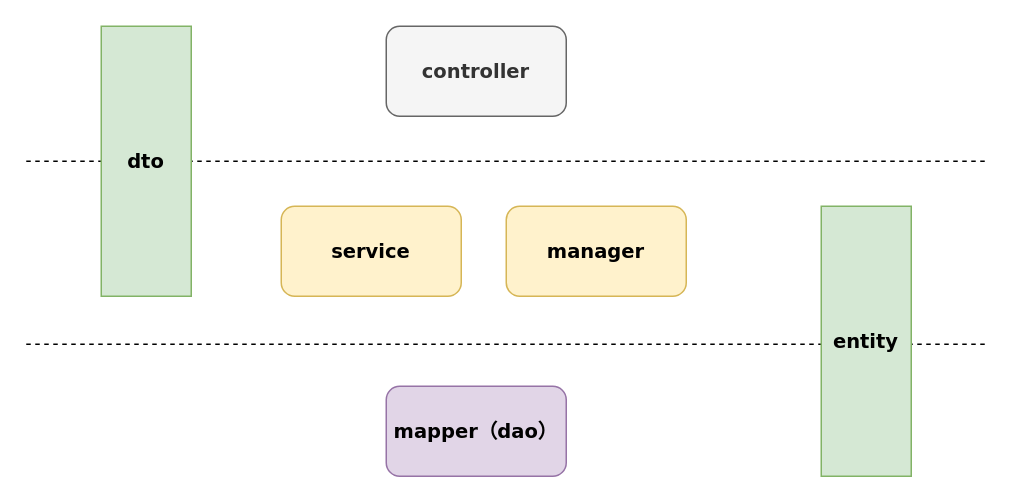
The draw.io diagram root/Untitled Diagram.drawio in yzzh9/yzzh9, before the edit. Source tidied: cells renumbered, new cells numbered last; positions are measured from the earlier drawing's top-left corner, leaving out a move shared by most shapes. Both pictures are drawn from the tidied source at 150%, with x=0, y=0 at pixel (26, 26).
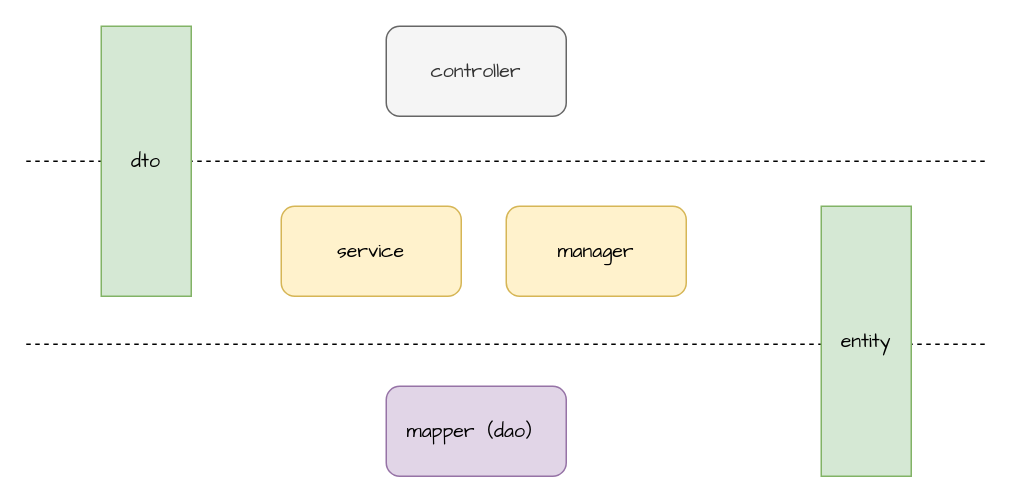
After the change.

Diff of the diagram source:
```diff
@@
 <mxGraphModel>
   <root>
     <mxCell id="0" />
     <mxCell id="1" parent="0" />
-    <mxCell id="2" value="controller" style="rounded=1;whiteSpace=wrap;html=1;fillColor=#f5f5f5;strokeColor=#666666;fontColor=#333333;fontFamily=Verdana;fontSize=13;fontStyle=1;" parent="1" vertex="1">
+    <mxCell id="2" value="controller" style="rounded=1;whiteSpace=wrap;html=1;fillColor=#f5f5f5;strokeColor=#666666;fontColor=#333333;fontFamily=Comic Sans MS;fontSize=13;" parent="1" vertex="1">
       <mxGeometry x="240" width="120" height="60" as="geometry" />
     </mxCell>
-    <mxCell id="3" style="endArrow=none;html=1;dashed=1;fontFamily=Verdana;fontSize=13;fontStyle=1;" parent="1" edge="1">
+    <mxCell id="3" style="endArrow=none;html=1;dashed=1;fontFamily=Comic Sans MS;fontSize=13;" parent="1" edge="1">
       <mxGeometry relative="1" as="geometry">
         <mxPoint y="90" as="sourcePoint" />
         <mxPoint x="640" y="90" as="targetPoint" />
       </mxGeometry>
     </mxCell>
-    <mxCell id="4" value="service" style="rounded=1;whiteSpace=wrap;html=1;fillColor=#fff2cc;strokeColor=#d6b656;fontFamily=Verdana;fontSize=13;fontStyle=1;" parent="1" vertex="1">
+    <mxCell id="4" value="service" style="rounded=1;whiteSpace=wrap;html=1;fillColor=#fff2cc;strokeColor=#d6b656;fontFamily=Comic Sans MS;fontSize=13;" parent="1" vertex="1">
       <mxGeometry x="170" y="120" width="120" height="60" as="geometry" />
     </mxCell>
-    <mxCell id="5" value="manager" style="rounded=1;whiteSpace=wrap;html=1;fillColor=#fff2cc;strokeColor=#d6b656;fontFamily=Verdana;fontSize=13;fontStyle=1;" parent="1" vertex="1">
+    <mxCell id="5" value="manager" style="rounded=1;whiteSpace=wrap;html=1;fillColor=#fff2cc;strokeColor=#d6b656;fontFamily=Comic Sans MS;fontSize=13;" parent="1" vertex="1">
       <mxGeometry x="320" y="120" width="120" height="60" as="geometry" />
     </mxCell>
-    <mxCell id="6" value="mapper（dao）" style="rounded=1;whiteSpace=wrap;html=1;fillColor=#e1d5e7;strokeColor=#9673a6;fontFamily=Verdana;fontSize=13;fontStyle=1;" parent="1" vertex="1">
+    <mxCell id="6" value="mapper（dao）" style="rounded=1;whiteSpace=wrap;html=1;fillColor=#e1d5e7;strokeColor=#9673a6;fontFamily=Comic Sans MS;fontSize=13;" parent="1" vertex="1">
       <mxGeometry x="240" y="240" width="120" height="60" as="geometry" />
     </mxCell>
-    <mxCell id="7" style="endArrow=none;html=1;dashed=1;fontFamily=Verdana;fontSize=13;fontStyle=1;" parent="1" edge="1">
+    <mxCell id="7" style="endArrow=none;html=1;dashed=1;fontFamily=Comic Sans MS;fontSize=13;" parent="1" edge="1">
       <mxGeometry relative="1" as="geometry">
         <mxPoint y="212" as="sourcePoint" />
         <mxPoint x="640" y="212" as="targetPoint" />
       </mxGeometry>
     </mxCell>
-    <mxCell id="8" value="dto" style="rounded=0;whiteSpace=wrap;html=1;fillColor=#d5e8d4;strokeColor=#82b366;fontFamily=Verdana;fontSize=13;fontStyle=1;" parent="1" vertex="1">
+    <mxCell id="8" value="dto" style="rounded=0;whiteSpace=wrap;html=1;fillColor=#d5e8d4;strokeColor=#82b366;fontFamily=Comic Sans MS;fontSize=13;" parent="1" vertex="1">
       <mxGeometry x="50" width="60" height="180" as="geometry" />
     </mxCell>
-    <mxCell id="9" value="entity" style="rounded=0;whiteSpace=wrap;html=1;fillColor=#d5e8d4;strokeColor=#82b366;fontFamily=Verdana;fontSize=13;fontStyle=1;" parent="1" vertex="1">
+    <mxCell id="9" value="entity" style="rounded=0;whiteSpace=wrap;html=1;fillColor=#d5e8d4;strokeColor=#82b366;fontFamily=Comic Sans MS;fontSize=13;" parent="1" vertex="1">
       <mxGeometry x="530" y="120" width="60" height="180" as="geometry" />
     </mxCell>
   </root>
 </mxGraphModel>
```
